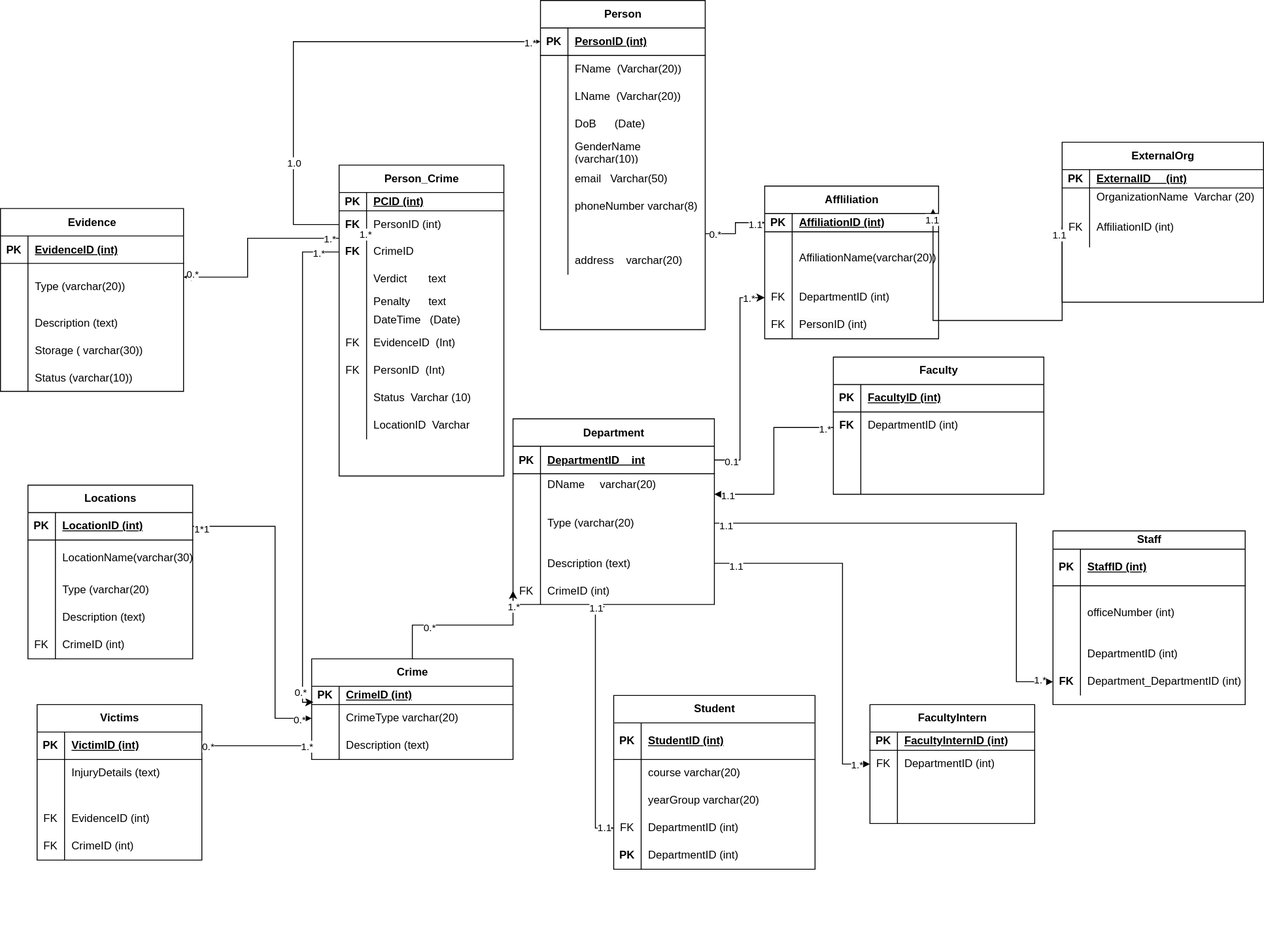
This is Untitled Diagram.drawio.svg from Priscile2/Diagrams, a draw.io export, as it was before one commit. Source tidied: cells renumbered, new cells last; positions are measured from the earlier drawing's top-left corner, leaving out a move shared by most shapes.
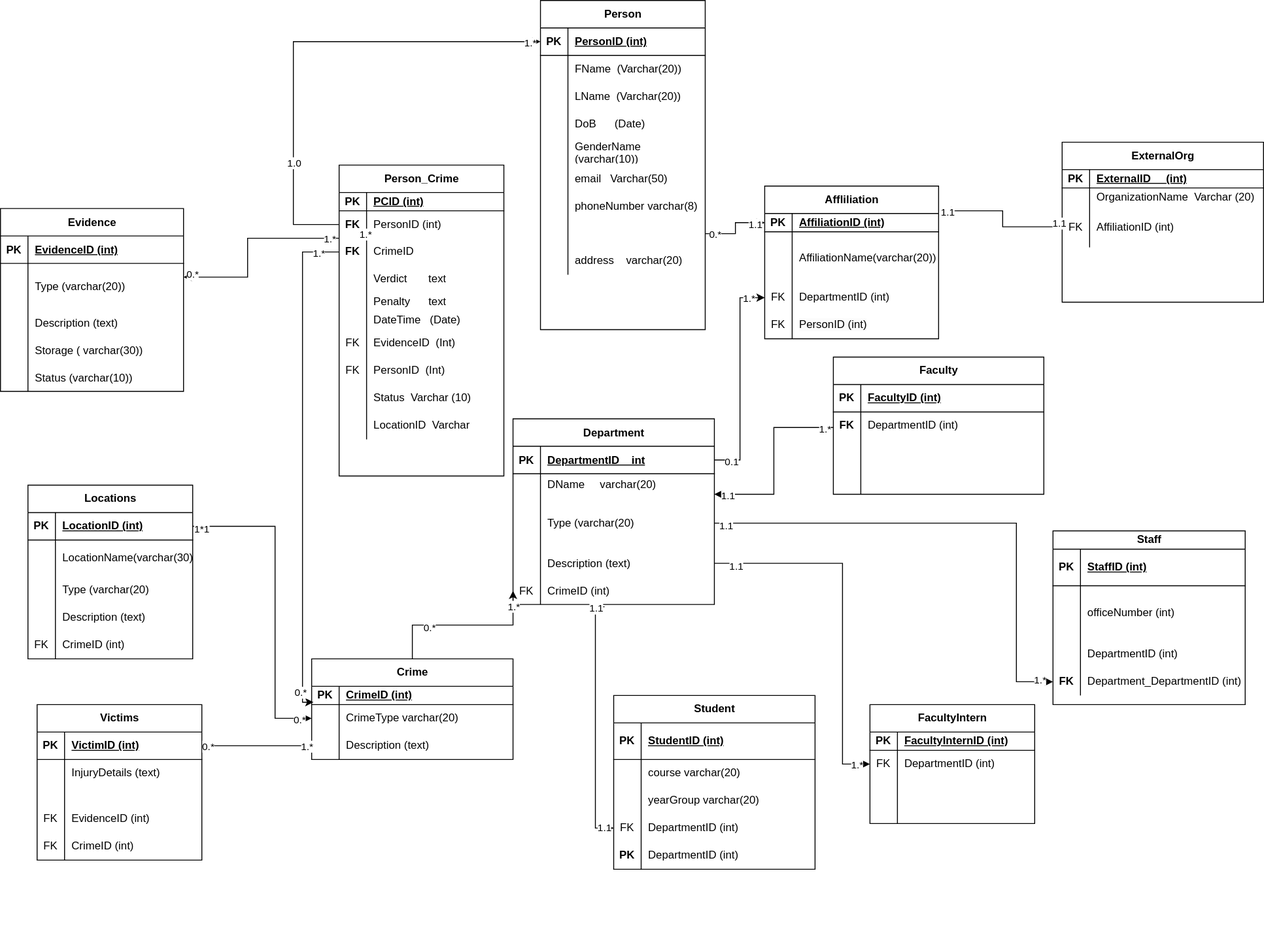
Above is the later version.

What changed in the source:
```diff
@@ -694,11 +694,9 @@
         <mxPoint y="1" as="offset" />
       </mxGeometry>
     </mxCell>
-    <mxCell id="228" style="edgeStyle=elbowEdgeStyle;rounded=0;jettySize=auto;html=1;entryX=0.968;entryY=-0.25;entryDx=0;entryDy=0;entryPerimeter=0;exitX=0;exitY=0.5;exitDx=0;exitDy=0;" parent="1" edge="1" source="155" target="31">
+    <mxCell id="228" style="edgeStyle=elbowEdgeStyle;rounded=0;jettySize=auto;html=1;exitX=0;exitY=0.5;exitDx=0;exitDy=0;" parent="1" edge="1" source="155">
       <mxGeometry relative="1" as="geometry">
-        <Array as="points">
-          <mxPoint x="1090" y="350" />
-        </Array>
+        <mxPoint x="1030" y="230" as="targetPoint" />
       </mxGeometry>
     </mxCell>
     <mxCell id="229" value="1.1" style="edgeLabel;html=1;align=center;verticalAlign=middle;" parent="228" vertex="1">
```
